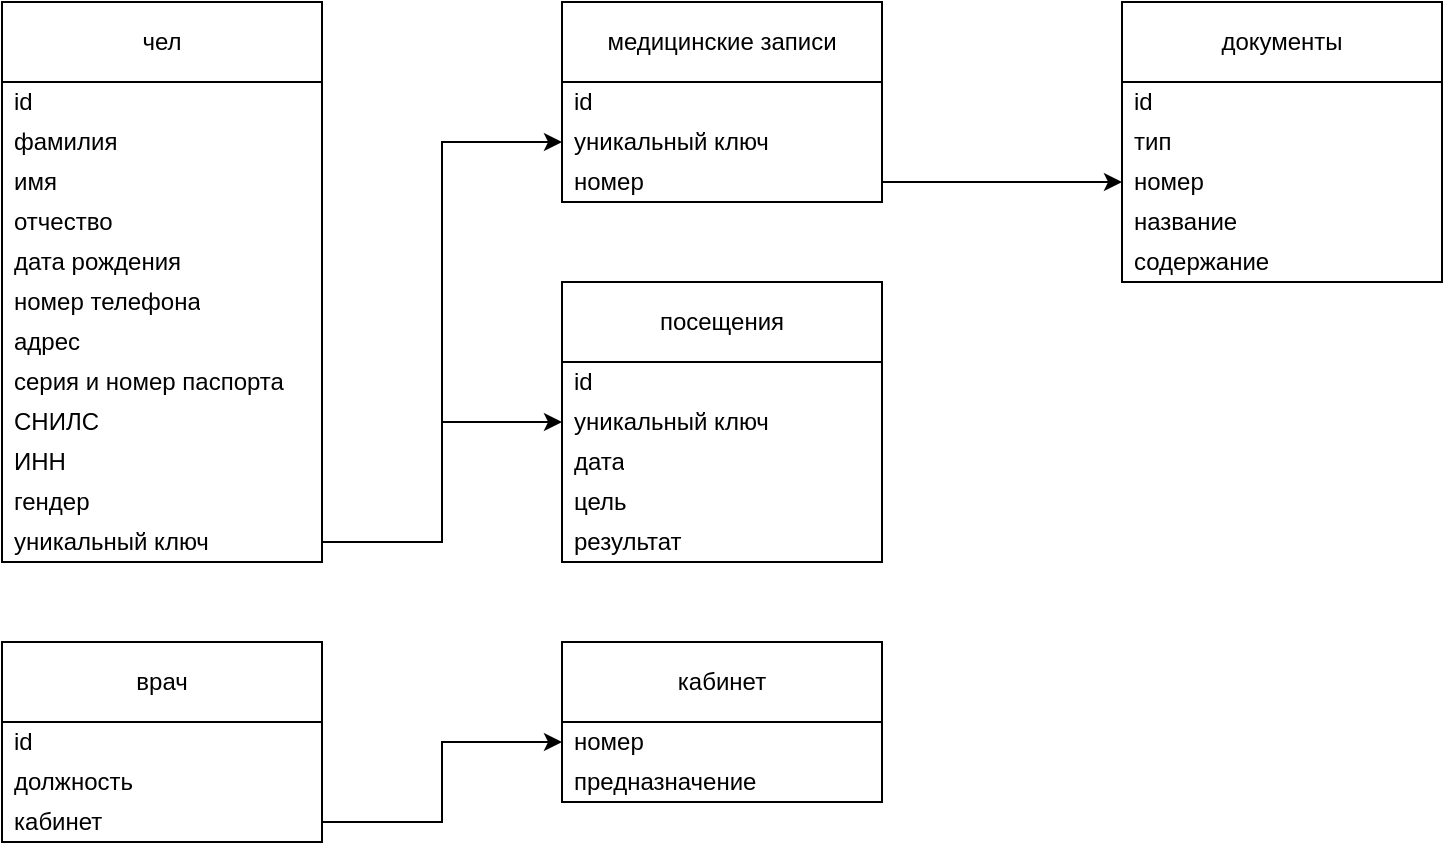
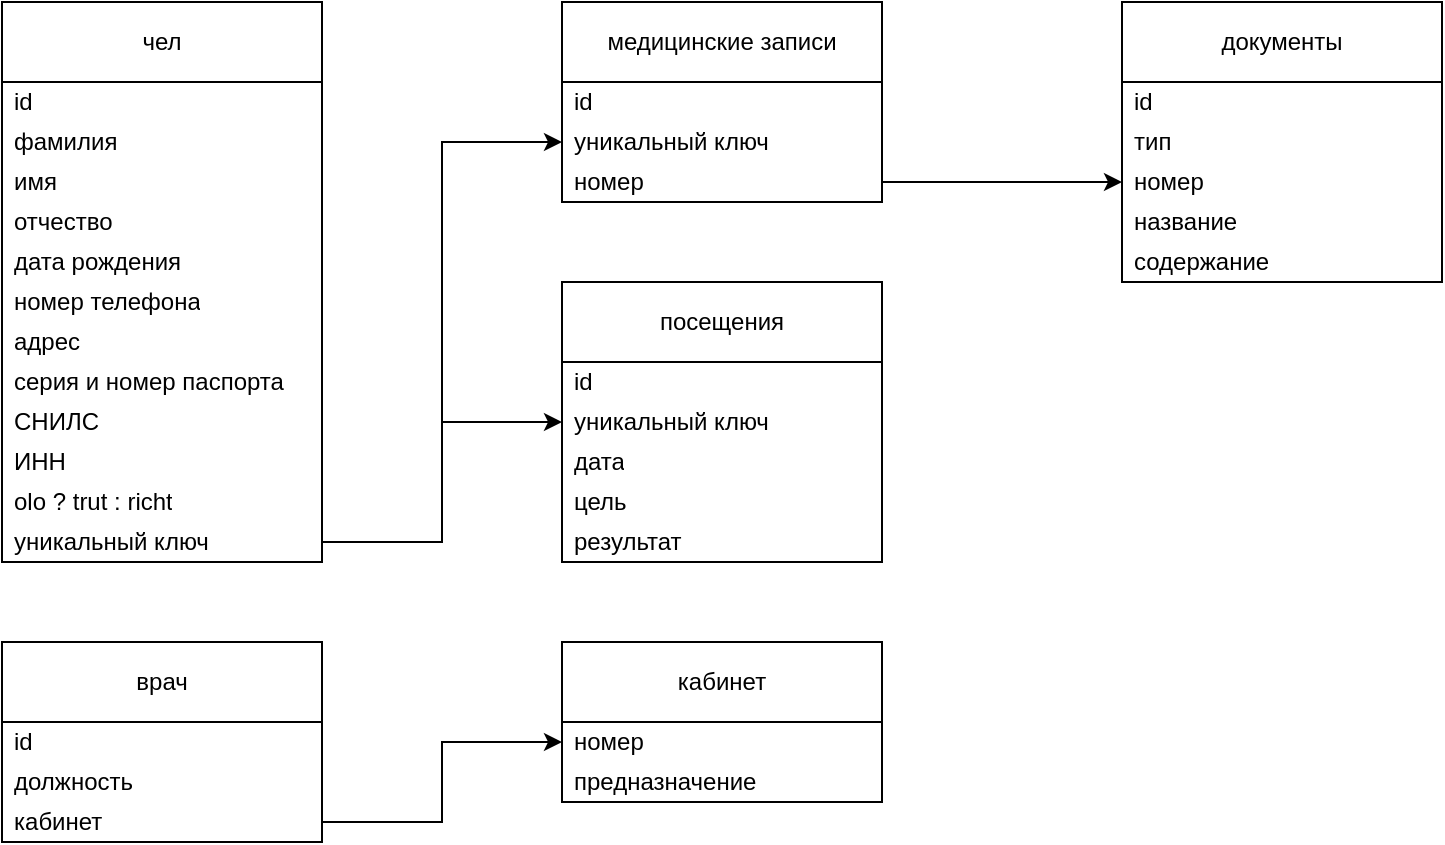
<mxfile host="Electron" agent="Mozilla/5.0 (Windows NT 10.0; Win64; x64) AppleWebKit/537.36 (KHTML, like Gecko) draw.io/29.6.1 Chrome/142.0.7444.265 Electron/39.8.0 Safari/537.36" version="29.6.1">
  <diagram name="Страница-1" id="a21MgUtPKJdnRfCgL1Ge">
-     <mxGraphModel dx="1188" dy="741" grid="1" gridSize="10" guides="1" tooltips="1" connect="1" arrows="1" fold="1" page="1" pageScale="1" pageWidth="827" pageHeight="1169" math="0" shadow="0">
+     <mxGraphModel dx="492" dy="307" grid="1" gridSize="10" guides="1" tooltips="1" connect="1" arrows="1" fold="1" page="1" pageScale="1" pageWidth="827" pageHeight="1169" math="0" shadow="0">
      <root>
        <mxCell id="0" />
        <mxCell id="1" parent="0" />
        <mxCell id="TgU9roTelHohaQH2FK3k-1" parent="1" style="swimlane;fontStyle=0;childLayout=stackLayout;horizontal=1;startSize=40;horizontalStack=0;resizeParent=1;resizeParentMax=0;resizeLast=0;collapsible=1;marginBottom=0;whiteSpace=wrap;html=1;" value="чел" vertex="1">
          <mxGeometry height="280" width="160" x="80" y="80" as="geometry" />
        </mxCell>
        <mxCell id="TgU9roTelHohaQH2FK3k-2" parent="TgU9roTelHohaQH2FK3k-1" style="text;strokeColor=none;fillColor=none;align=left;verticalAlign=middle;spacingLeft=4;spacingRight=4;overflow=hidden;points=[[0,0.5],[1,0.5]];portConstraint=eastwest;rotatable=0;whiteSpace=wrap;html=1;" value="id" vertex="1">
          <mxGeometry height="20" width="160" y="40" as="geometry" />
        </mxCell>
        <mxCell id="TgU9roTelHohaQH2FK3k-3" parent="TgU9roTelHohaQH2FK3k-1" style="text;strokeColor=none;fillColor=none;align=left;verticalAlign=middle;spacingLeft=4;spacingRight=4;overflow=hidden;points=[[0,0.5],[1,0.5]];portConstraint=eastwest;rotatable=0;whiteSpace=wrap;html=1;" value="фамилия" vertex="1">
          <mxGeometry height="20" width="160" y="60" as="geometry" />
        </mxCell>
        <mxCell id="TgU9roTelHohaQH2FK3k-4" parent="TgU9roTelHohaQH2FK3k-1" style="text;strokeColor=none;fillColor=none;align=left;verticalAlign=middle;spacingLeft=4;spacingRight=4;overflow=hidden;points=[[0,0.5],[1,0.5]];portConstraint=eastwest;rotatable=0;whiteSpace=wrap;html=1;" value="имя" vertex="1">
          <mxGeometry height="20" width="160" y="80" as="geometry" />
        </mxCell>
        <mxCell id="cz48e77hF1qOZ6CIWqxK-1" parent="TgU9roTelHohaQH2FK3k-1" style="text;strokeColor=none;fillColor=none;align=left;verticalAlign=middle;spacingLeft=4;spacingRight=4;overflow=hidden;points=[[0,0.5],[1,0.5]];portConstraint=eastwest;rotatable=0;whiteSpace=wrap;html=1;" value="отчество" vertex="1">
          <mxGeometry height="20" width="160" y="100" as="geometry" />
        </mxCell>
        <mxCell id="TgU9roTelHohaQH2FK3k-5" parent="TgU9roTelHohaQH2FK3k-1" style="text;strokeColor=none;fillColor=none;align=left;verticalAlign=middle;spacingLeft=4;spacingRight=4;overflow=hidden;points=[[0,0.5],[1,0.5]];portConstraint=eastwest;rotatable=0;whiteSpace=wrap;html=1;" value="дата рождения" vertex="1">
          <mxGeometry height="20" width="160" y="120" as="geometry" />
        </mxCell>
        <mxCell id="TgU9roTelHohaQH2FK3k-6" parent="TgU9roTelHohaQH2FK3k-1" style="text;strokeColor=none;fillColor=none;align=left;verticalAlign=middle;spacingLeft=4;spacingRight=4;overflow=hidden;points=[[0,0.5],[1,0.5]];portConstraint=eastwest;rotatable=0;whiteSpace=wrap;html=1;" value="номер телефона" vertex="1">
          <mxGeometry height="20" width="160" y="140" as="geometry" />
        </mxCell>
        <mxCell id="cz48e77hF1qOZ6CIWqxK-2" parent="TgU9roTelHohaQH2FK3k-1" style="text;strokeColor=none;fillColor=none;align=left;verticalAlign=middle;spacingLeft=4;spacingRight=4;overflow=hidden;points=[[0,0.5],[1,0.5]];portConstraint=eastwest;rotatable=0;whiteSpace=wrap;html=1;" value="адрес" vertex="1">
          <mxGeometry height="20" width="160" y="160" as="geometry" />
        </mxCell>
        <mxCell id="TgU9roTelHohaQH2FK3k-7" parent="TgU9roTelHohaQH2FK3k-1" style="text;strokeColor=none;fillColor=none;align=left;verticalAlign=middle;spacingLeft=4;spacingRight=4;overflow=hidden;points=[[0,0.5],[1,0.5]];portConstraint=eastwest;rotatable=0;whiteSpace=wrap;html=1;" value="серия и номер паспорта" vertex="1">
          <mxGeometry height="20" width="160" y="180" as="geometry" />
        </mxCell>
        <mxCell id="TgU9roTelHohaQH2FK3k-8" parent="TgU9roTelHohaQH2FK3k-1" style="text;strokeColor=none;fillColor=none;align=left;verticalAlign=middle;spacingLeft=4;spacingRight=4;overflow=hidden;points=[[0,0.5],[1,0.5]];portConstraint=eastwest;rotatable=0;whiteSpace=wrap;html=1;" value="СНИЛС" vertex="1">
          <mxGeometry height="20" width="160" y="200" as="geometry" />
        </mxCell>
        <mxCell id="TgU9roTelHohaQH2FK3k-9" parent="TgU9roTelHohaQH2FK3k-1" style="text;strokeColor=none;fillColor=none;align=left;verticalAlign=middle;spacingLeft=4;spacingRight=4;overflow=hidden;points=[[0,0.5],[1,0.5]];portConstraint=eastwest;rotatable=0;whiteSpace=wrap;html=1;" value="ИНН" vertex="1">
          <mxGeometry height="20" width="160" y="220" as="geometry" />
        </mxCell>
-         <mxCell id="TgU9roTelHohaQH2FK3k-10" parent="TgU9roTelHohaQH2FK3k-1" style="text;strokeColor=none;fillColor=none;align=left;verticalAlign=middle;spacingLeft=4;spacingRight=4;overflow=hidden;points=[[0,0.5],[1,0.5]];portConstraint=eastwest;rotatable=0;whiteSpace=wrap;html=1;" value="гендер" vertex="1">
+         <mxCell id="TgU9roTelHohaQH2FK3k-10" parent="TgU9roTelHohaQH2FK3k-1" style="text;strokeColor=none;fillColor=none;align=left;verticalAlign=middle;spacingLeft=4;spacingRight=4;overflow=hidden;points=[[0,0.5],[1,0.5]];portConstraint=eastwest;rotatable=0;whiteSpace=wrap;html=1;" value="olo ? trut : richt" vertex="1">
          <mxGeometry height="20" width="160" y="240" as="geometry" />
        </mxCell>
        <mxCell id="TgU9roTelHohaQH2FK3k-31" parent="TgU9roTelHohaQH2FK3k-1" style="text;strokeColor=none;fillColor=none;align=left;verticalAlign=middle;spacingLeft=4;spacingRight=4;overflow=hidden;points=[[0,0.5],[1,0.5]];portConstraint=eastwest;rotatable=0;whiteSpace=wrap;html=1;" value="уникальный ключ" vertex="1">
          <mxGeometry height="20" width="160" y="260" as="geometry" />
        </mxCell>
        <mxCell id="TgU9roTelHohaQH2FK3k-21" parent="1" style="swimlane;fontStyle=0;childLayout=stackLayout;horizontal=1;startSize=40;horizontalStack=0;resizeParent=1;resizeParentMax=0;resizeLast=0;collapsible=1;marginBottom=0;whiteSpace=wrap;html=1;" value="медицинские записи" vertex="1">
          <mxGeometry height="100" width="160" x="360" y="80" as="geometry" />
        </mxCell>
        <mxCell id="EbQ-D4Pp5Pddp-Q1myPs-3" parent="TgU9roTelHohaQH2FK3k-21" style="text;strokeColor=none;fillColor=none;align=left;verticalAlign=middle;spacingLeft=4;spacingRight=4;overflow=hidden;points=[[0,0.5],[1,0.5]];portConstraint=eastwest;rotatable=0;whiteSpace=wrap;html=1;" value="id" vertex="1">
          <mxGeometry height="20" width="160" y="40" as="geometry" />
        </mxCell>
        <mxCell id="TgU9roTelHohaQH2FK3k-32" parent="TgU9roTelHohaQH2FK3k-21" style="text;strokeColor=none;fillColor=none;align=left;verticalAlign=middle;spacingLeft=4;spacingRight=4;overflow=hidden;points=[[0,0.5],[1,0.5]];portConstraint=eastwest;rotatable=0;whiteSpace=wrap;html=1;" value="уникальный ключ" vertex="1">
          <mxGeometry height="20" width="160" y="60" as="geometry" />
        </mxCell>
        <mxCell id="TgU9roTelHohaQH2FK3k-33" parent="TgU9roTelHohaQH2FK3k-21" style="text;strokeColor=none;fillColor=none;align=left;verticalAlign=middle;spacingLeft=4;spacingRight=4;overflow=hidden;points=[[0,0.5],[1,0.5]];portConstraint=eastwest;rotatable=0;whiteSpace=wrap;html=1;" value="номер" vertex="1">
          <mxGeometry height="20" width="160" y="80" as="geometry" />
        </mxCell>
        <mxCell id="_7bwxEnkeykLmXKwQ_Hy-1" parent="1" style="swimlane;fontStyle=0;childLayout=stackLayout;horizontal=1;startSize=40;horizontalStack=0;resizeParent=1;resizeParentMax=0;resizeLast=0;collapsible=1;marginBottom=0;whiteSpace=wrap;html=1;" value="посещения" vertex="1">
          <mxGeometry height="140" width="160" x="360" y="220" as="geometry" />
        </mxCell>
        <mxCell id="EbQ-D4Pp5Pddp-Q1myPs-4" parent="_7bwxEnkeykLmXKwQ_Hy-1" style="text;strokeColor=none;fillColor=none;align=left;verticalAlign=middle;spacingLeft=4;spacingRight=4;overflow=hidden;points=[[0,0.5],[1,0.5]];portConstraint=eastwest;rotatable=0;whiteSpace=wrap;html=1;" value="id" vertex="1">
          <mxGeometry height="20" width="160" y="40" as="geometry" />
        </mxCell>
        <mxCell id="_7bwxEnkeykLmXKwQ_Hy-2" parent="_7bwxEnkeykLmXKwQ_Hy-1" style="text;strokeColor=none;fillColor=none;align=left;verticalAlign=middle;spacingLeft=4;spacingRight=4;overflow=hidden;points=[[0,0.5],[1,0.5]];portConstraint=eastwest;rotatable=0;whiteSpace=wrap;html=1;" value="уникальный ключ" vertex="1">
          <mxGeometry height="20" width="160" y="60" as="geometry" />
        </mxCell>
        <mxCell id="_7bwxEnkeykLmXKwQ_Hy-3" parent="_7bwxEnkeykLmXKwQ_Hy-1" style="text;strokeColor=none;fillColor=none;align=left;verticalAlign=middle;spacingLeft=4;spacingRight=4;overflow=hidden;points=[[0,0.5],[1,0.5]];portConstraint=eastwest;rotatable=0;whiteSpace=wrap;html=1;" value="дата" vertex="1">
          <mxGeometry height="20" width="160" y="80" as="geometry" />
        </mxCell>
        <mxCell id="_7bwxEnkeykLmXKwQ_Hy-4" parent="_7bwxEnkeykLmXKwQ_Hy-1" style="text;strokeColor=none;fillColor=none;align=left;verticalAlign=middle;spacingLeft=4;spacingRight=4;overflow=hidden;points=[[0,0.5],[1,0.5]];portConstraint=eastwest;rotatable=0;whiteSpace=wrap;html=1;" value="цель" vertex="1">
          <mxGeometry height="20" width="160" y="100" as="geometry" />
        </mxCell>
        <mxCell id="_7bwxEnkeykLmXKwQ_Hy-5" parent="_7bwxEnkeykLmXKwQ_Hy-1" style="text;strokeColor=none;fillColor=none;align=left;verticalAlign=middle;spacingLeft=4;spacingRight=4;overflow=hidden;points=[[0,0.5],[1,0.5]];portConstraint=eastwest;rotatable=0;whiteSpace=wrap;html=1;" value="результат" vertex="1">
          <mxGeometry height="20" width="160" y="120" as="geometry" />
        </mxCell>
        <mxCell id="EbQ-D4Pp5Pddp-Q1myPs-5" parent="1" style="swimlane;fontStyle=0;childLayout=stackLayout;horizontal=1;startSize=40;horizontalStack=0;resizeParent=1;resizeParentMax=0;resizeLast=0;collapsible=1;marginBottom=0;whiteSpace=wrap;html=1;" value="врач" vertex="1">
          <mxGeometry height="100" width="160" x="80" y="400" as="geometry" />
        </mxCell>
        <mxCell id="EbQ-D4Pp5Pddp-Q1myPs-6" parent="EbQ-D4Pp5Pddp-Q1myPs-5" style="text;strokeColor=none;fillColor=none;align=left;verticalAlign=middle;spacingLeft=4;spacingRight=4;overflow=hidden;points=[[0,0.5],[1,0.5]];portConstraint=eastwest;rotatable=0;whiteSpace=wrap;html=1;" value="id" vertex="1">
          <mxGeometry height="20" width="160" y="40" as="geometry" />
        </mxCell>
        <mxCell id="EbQ-D4Pp5Pddp-Q1myPs-7" parent="EbQ-D4Pp5Pddp-Q1myPs-5" style="text;strokeColor=none;fillColor=none;align=left;verticalAlign=middle;spacingLeft=4;spacingRight=4;overflow=hidden;points=[[0,0.5],[1,0.5]];portConstraint=eastwest;rotatable=0;whiteSpace=wrap;html=1;" value="должность" vertex="1">
          <mxGeometry height="20" width="160" y="60" as="geometry" />
        </mxCell>
        <mxCell id="EbQ-D4Pp5Pddp-Q1myPs-8" parent="EbQ-D4Pp5Pddp-Q1myPs-5" style="text;strokeColor=none;fillColor=none;align=left;verticalAlign=middle;spacingLeft=4;spacingRight=4;overflow=hidden;points=[[0,0.5],[1,0.5]];portConstraint=eastwest;rotatable=0;whiteSpace=wrap;html=1;" value="кабинет" vertex="1">
          <mxGeometry height="20" width="160" y="80" as="geometry" />
        </mxCell>
        <mxCell id="EbQ-D4Pp5Pddp-Q1myPs-9" parent="1" style="swimlane;fontStyle=0;childLayout=stackLayout;horizontal=1;startSize=40;horizontalStack=0;resizeParent=1;resizeParentMax=0;resizeLast=0;collapsible=1;marginBottom=0;whiteSpace=wrap;html=1;" value="кабинет" vertex="1">
          <mxGeometry height="80" width="160" x="360" y="400" as="geometry" />
        </mxCell>
        <mxCell id="EbQ-D4Pp5Pddp-Q1myPs-10" parent="EbQ-D4Pp5Pddp-Q1myPs-9" style="text;strokeColor=none;fillColor=none;align=left;verticalAlign=middle;spacingLeft=4;spacingRight=4;overflow=hidden;points=[[0,0.5],[1,0.5]];portConstraint=eastwest;rotatable=0;whiteSpace=wrap;html=1;" value="номер" vertex="1">
          <mxGeometry height="20" width="160" y="40" as="geometry" />
        </mxCell>
        <mxCell id="EbQ-D4Pp5Pddp-Q1myPs-11" parent="EbQ-D4Pp5Pddp-Q1myPs-9" style="text;strokeColor=none;fillColor=none;align=left;verticalAlign=middle;spacingLeft=4;spacingRight=4;overflow=hidden;points=[[0,0.5],[1,0.5]];portConstraint=eastwest;rotatable=0;whiteSpace=wrap;html=1;" value="предназначение" vertex="1">
          <mxGeometry height="20" width="160" y="60" as="geometry" />
        </mxCell>
        <mxCell id="EbQ-D4Pp5Pddp-Q1myPs-13" edge="1" parent="1" source="EbQ-D4Pp5Pddp-Q1myPs-8" style="edgeStyle=orthogonalEdgeStyle;rounded=0;orthogonalLoop=1;jettySize=auto;html=1;entryX=0;entryY=0.5;entryDx=0;entryDy=0;" target="EbQ-D4Pp5Pddp-Q1myPs-10">
          <mxGeometry relative="1" as="geometry" />
        </mxCell>
        <mxCell id="EbQ-D4Pp5Pddp-Q1myPs-14" parent="1" style="swimlane;fontStyle=0;childLayout=stackLayout;horizontal=1;startSize=40;horizontalStack=0;resizeParent=1;resizeParentMax=0;resizeLast=0;collapsible=1;marginBottom=0;whiteSpace=wrap;html=1;" value="документы" vertex="1">
          <mxGeometry height="140" width="160" x="640" y="80" as="geometry" />
        </mxCell>
        <mxCell id="EbQ-D4Pp5Pddp-Q1myPs-15" parent="EbQ-D4Pp5Pddp-Q1myPs-14" style="text;strokeColor=none;fillColor=none;align=left;verticalAlign=middle;spacingLeft=4;spacingRight=4;overflow=hidden;points=[[0,0.5],[1,0.5]];portConstraint=eastwest;rotatable=0;whiteSpace=wrap;html=1;" value="id" vertex="1">
          <mxGeometry height="20" width="160" y="40" as="geometry" />
        </mxCell>
        <mxCell id="EbQ-D4Pp5Pddp-Q1myPs-16" parent="EbQ-D4Pp5Pddp-Q1myPs-14" style="text;strokeColor=none;fillColor=none;align=left;verticalAlign=middle;spacingLeft=4;spacingRight=4;overflow=hidden;points=[[0,0.5],[1,0.5]];portConstraint=eastwest;rotatable=0;whiteSpace=wrap;html=1;" value="тип" vertex="1">
          <mxGeometry height="20" width="160" y="60" as="geometry" />
        </mxCell>
        <mxCell id="EbQ-D4Pp5Pddp-Q1myPs-17" parent="EbQ-D4Pp5Pddp-Q1myPs-14" style="text;strokeColor=none;fillColor=none;align=left;verticalAlign=middle;spacingLeft=4;spacingRight=4;overflow=hidden;points=[[0,0.5],[1,0.5]];portConstraint=eastwest;rotatable=0;whiteSpace=wrap;html=1;" value="номер" vertex="1">
          <mxGeometry height="20" width="160" y="80" as="geometry" />
        </mxCell>
        <mxCell id="EbQ-D4Pp5Pddp-Q1myPs-18" parent="EbQ-D4Pp5Pddp-Q1myPs-14" style="text;strokeColor=none;fillColor=none;align=left;verticalAlign=middle;spacingLeft=4;spacingRight=4;overflow=hidden;points=[[0,0.5],[1,0.5]];portConstraint=eastwest;rotatable=0;whiteSpace=wrap;html=1;" value="название" vertex="1">
          <mxGeometry height="20" width="160" y="100" as="geometry" />
        </mxCell>
        <mxCell id="EbQ-D4Pp5Pddp-Q1myPs-19" parent="EbQ-D4Pp5Pddp-Q1myPs-14" style="text;strokeColor=none;fillColor=none;align=left;verticalAlign=middle;spacingLeft=4;spacingRight=4;overflow=hidden;points=[[0,0.5],[1,0.5]];portConstraint=eastwest;rotatable=0;whiteSpace=wrap;html=1;" value="содержание" vertex="1">
          <mxGeometry height="20" width="160" y="120" as="geometry" />
        </mxCell>
        <mxCell id="EbQ-D4Pp5Pddp-Q1myPs-20" edge="1" parent="1" source="TgU9roTelHohaQH2FK3k-31" style="edgeStyle=orthogonalEdgeStyle;rounded=0;orthogonalLoop=1;jettySize=auto;html=1;entryX=0;entryY=0.5;entryDx=0;entryDy=0;" target="_7bwxEnkeykLmXKwQ_Hy-2">
          <mxGeometry relative="1" as="geometry" />
        </mxCell>
        <mxCell id="EbQ-D4Pp5Pddp-Q1myPs-21" edge="1" parent="1" source="TgU9roTelHohaQH2FK3k-31" style="edgeStyle=orthogonalEdgeStyle;rounded=0;orthogonalLoop=1;jettySize=auto;html=1;entryX=0;entryY=0.5;entryDx=0;entryDy=0;" target="TgU9roTelHohaQH2FK3k-32">
          <mxGeometry relative="1" as="geometry" />
        </mxCell>
        <mxCell id="EbQ-D4Pp5Pddp-Q1myPs-22" edge="1" parent="1" source="TgU9roTelHohaQH2FK3k-33" style="edgeStyle=orthogonalEdgeStyle;rounded=0;orthogonalLoop=1;jettySize=auto;html=1;entryX=0;entryY=0.5;entryDx=0;entryDy=0;" target="EbQ-D4Pp5Pddp-Q1myPs-17">
          <mxGeometry relative="1" as="geometry" />
        </mxCell>
      </root>
    </mxGraphModel>
  </diagram>
</mxfile>
